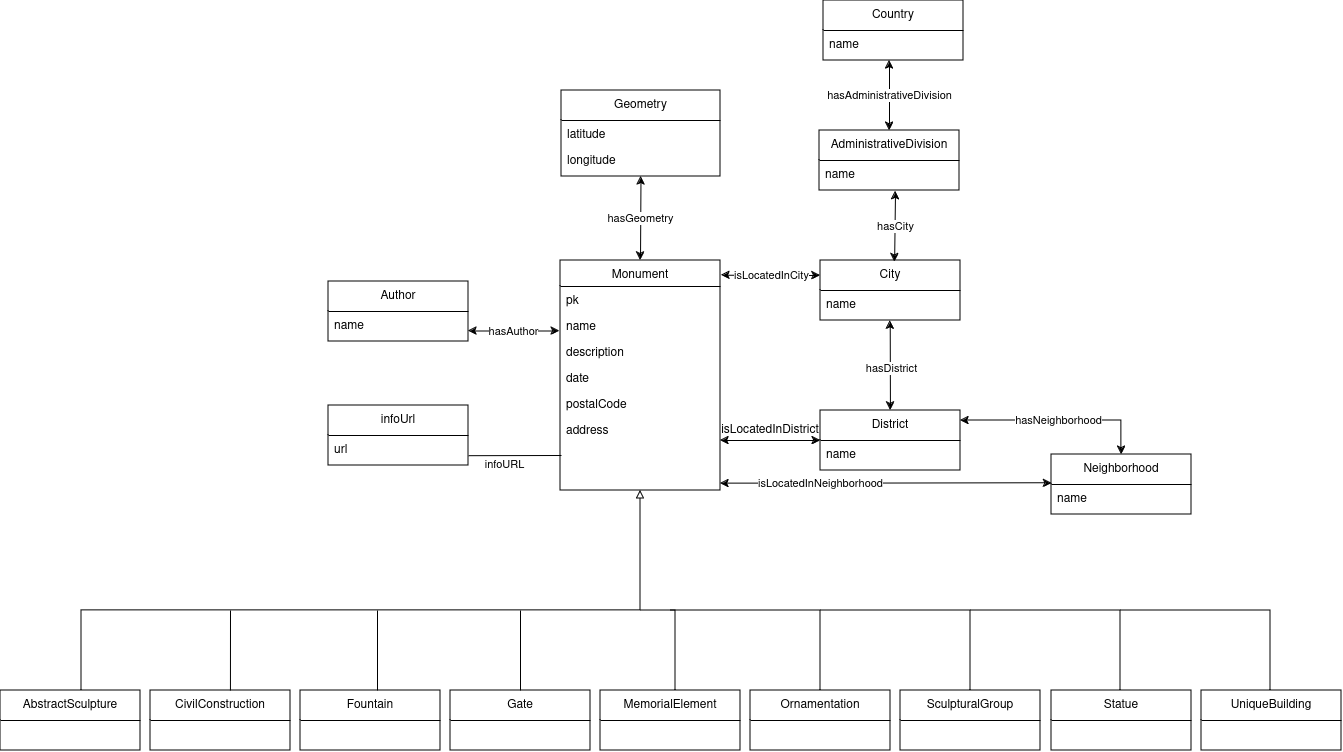
Before: imagenes/diseñoUML.png, a diagram exported from draw.io (melt-vic/TFG). Source tidied: cells renumbered, new cells last; positions are measured from the earlier drawing's top-left corner, leaving out a move shared by most shapes.
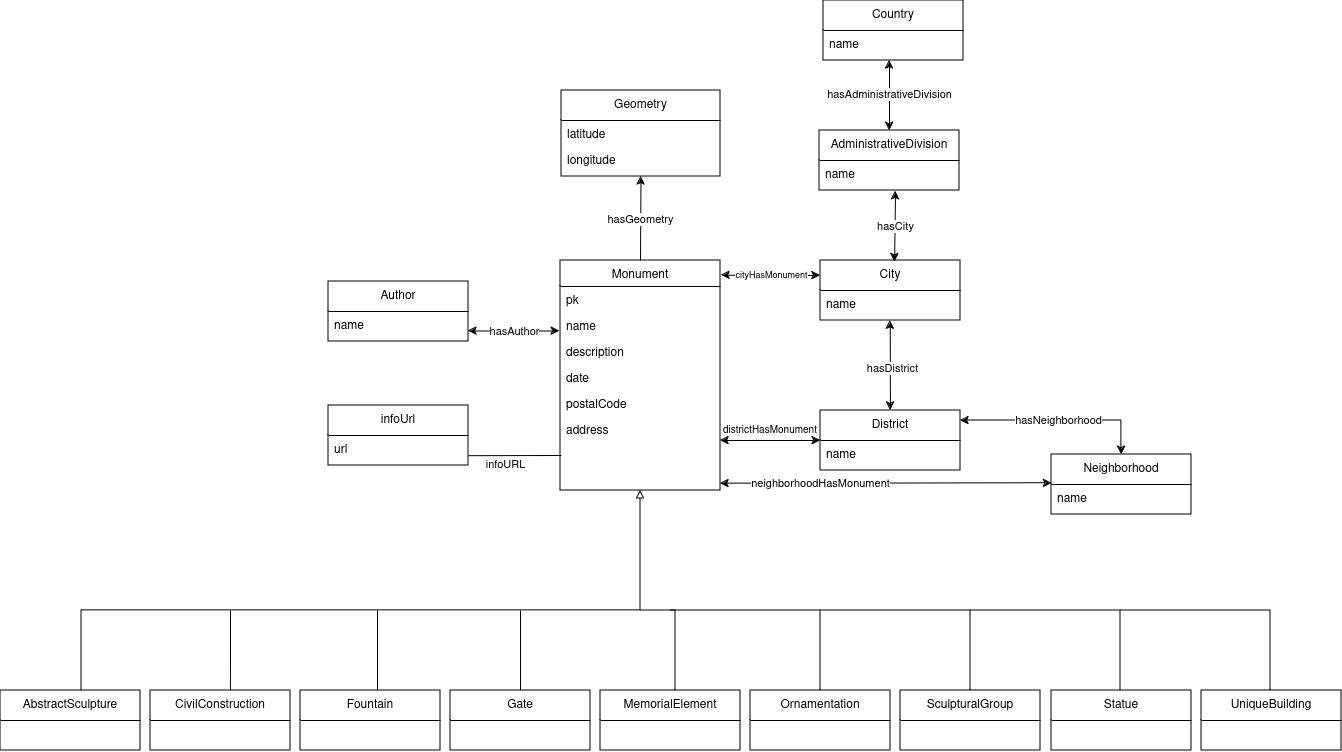
The same file after the commit.

Commit message:
PEC 3: Redacción de la memoria

The edit, as a diff of the source:
```diff
@@ -74,7 +74,7 @@
         <mxPoint x="889" y="60" as="targetPoint" />
       </mxGeometry>
     </mxCell>
-    <mxCell id="24" value="isLocatedInCity" style="endArrow=classic;html=1;rounded=0;exitX=1.006;exitY=0.064;exitDx=0;exitDy=0;exitPerimeter=0;entryX=0;entryY=0.25;entryDx=0;entryDy=0;startArrow=classic;startFill=1;endFill=1;" parent="1" edge="1">
+    <mxCell id="24" value="cityHasMonument" style="endArrow=classic;html=1;rounded=0;exitX=1.006;exitY=0.064;exitDx=0;exitDy=0;exitPerimeter=0;entryX=0;entryY=0.25;entryDx=0;entryDy=0;startArrow=classic;startFill=1;endFill=1;fontSize=9;" parent="1" edge="1">
       <mxGeometry relative="1" as="geometry">
         <mxPoint x="721" y="274.7" as="sourcePoint" />
         <mxPoint x="820" y="275" as="targetPoint" />
@@ -112,7 +112,7 @@
         <mxPoint x="894.1" y="261.4" as="sourcePoint" />
       </mxGeometry>
     </mxCell>
-    <mxCell id="32" value="isLocatedInNeighborhood" style="endArrow=classic;startArrow=classic;html=1;rounded=0;exitX=0.003;exitY=0.427;exitDx=0;exitDy=0;exitPerimeter=0;" parent="1" edge="1">
+    <mxCell id="32" value="neighborhoodHasMonument" style="endArrow=classic;startArrow=classic;html=1;rounded=0;exitX=0.003;exitY=0.427;exitDx=0;exitDy=0;exitPerimeter=0;" parent="1" edge="1">
       <mxGeometry x="0.4" relative="1" as="geometry">
         <mxPoint x="1051.4" y="482.6" as="sourcePoint" />
         <mxPoint x="720" y="483" as="targetPoint" />
@@ -130,7 +130,7 @@
     <mxCell id="35" value="longitude" style="text;strokeColor=none;fillColor=none;align=left;verticalAlign=middle;spacingLeft=4;spacingRight=4;overflow=hidden;whiteSpace=wrap;html=1;" parent="33" vertex="1">
       <mxGeometry y="56" width="159" height="30" as="geometry" />
     </mxCell>
-    <mxCell id="36" value="hasGeometry" style="endArrow=classic;startArrow=classic;html=1;rounded=0;entryX=0.5;entryY=1;entryDx=0;entryDy=0;exitX=0.5;exitY=0;exitDx=0;exitDy=0;" parent="1" edge="1" source="2" target="33">
+    <mxCell id="36" value="hasGeometry" style="endArrow=classic;startArrow=none;html=1;rounded=0;entryX=0.5;entryY=1;entryDx=0;entryDy=0;exitX=0.5;exitY=0;exitDx=0;exitDy=0;startFill=0;" parent="1" edge="1" source="2" target="33">
       <mxGeometry relative="1" as="geometry" />
     </mxCell>
     <mxCell id="37" value="hasAuthor" style="endArrow=classic;startArrow=classic;html=1;rounded=0;entryX=1;entryY=0.75;entryDx=0;entryDy=0;exitX=0;exitY=0.75;exitDx=0;exitDy=0;" parent="1" edge="1">
@@ -236,7 +236,7 @@
         </Array>
       </mxGeometry>
     </mxCell>
-    <mxCell id="56" value="isLocatedInDistrict" style="text;html=1;align=center;verticalAlign=middle;whiteSpace=wrap;rounded=0;" parent="1" vertex="1">
+    <mxCell id="56" value="districtHasMonument" style="text;html=1;align=center;verticalAlign=middle;whiteSpace=wrap;rounded=0;fontSize=10;" parent="1" vertex="1">
       <mxGeometry x="740" y="415" width="60" height="30" as="geometry" />
     </mxCell>
   </root>
```
